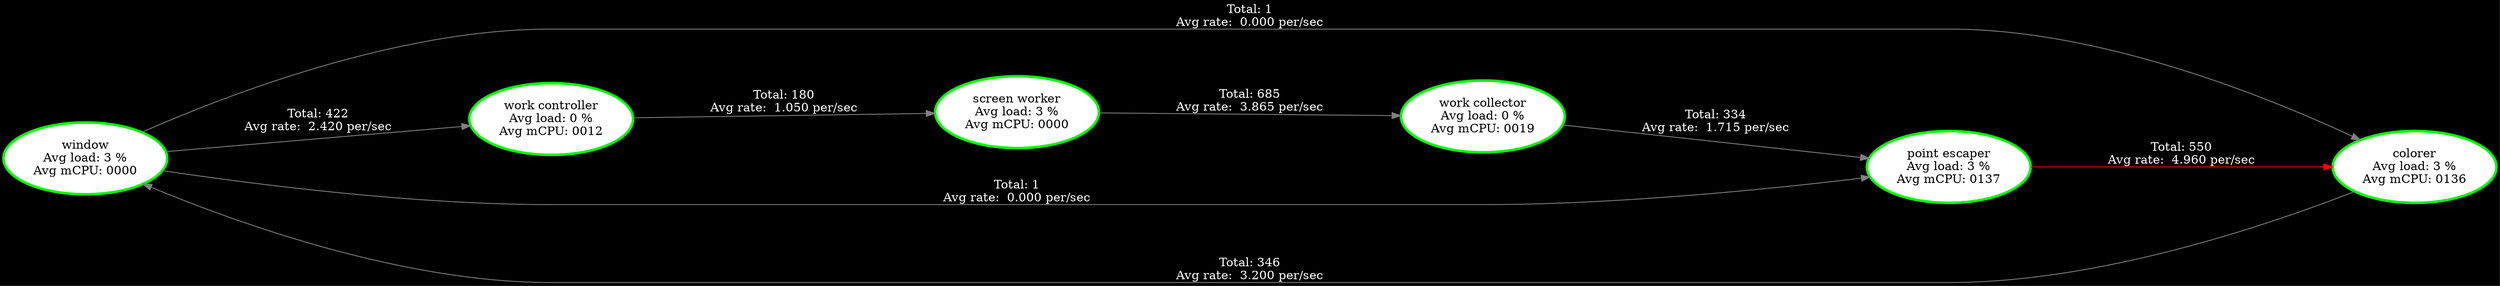
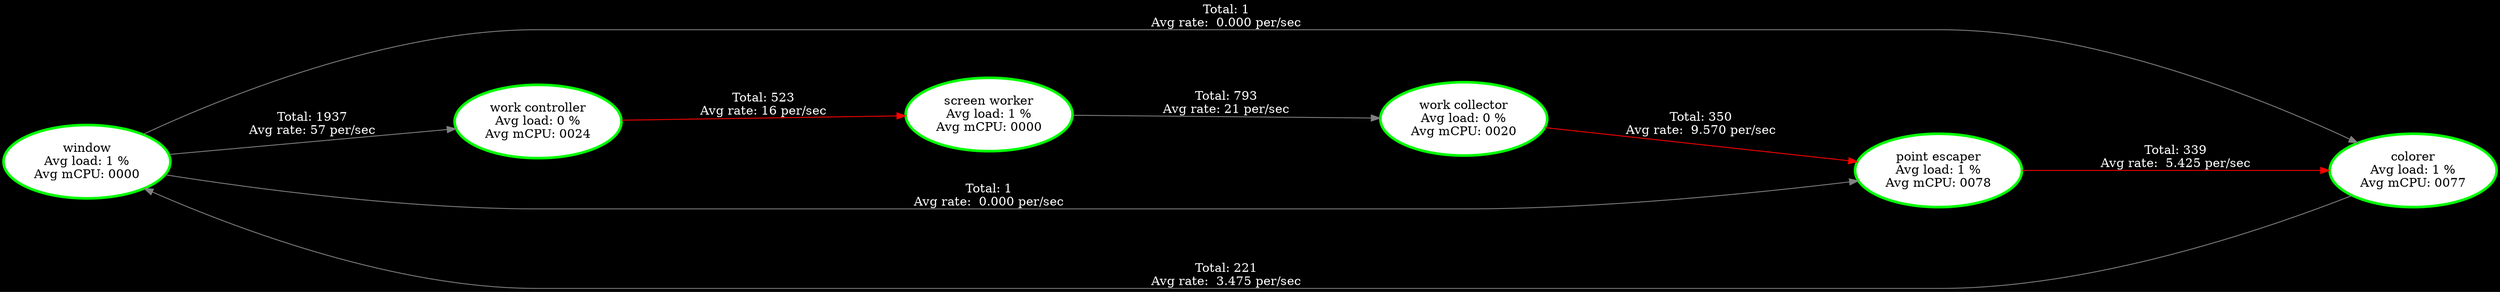
digraph G {
rankdir=LR;
graph [nodesep=.5, ranksep=2.5];
node [margin=0.1];
node [style=filled, fillcolor=white, fontcolor=black];
edge [color=white, fontcolor=white];
graph [bgcolor=black];
"window" [label="window
- Avg load: 3 %
+ Avg load: 1 %
Avg mCPU: 0000
- ", tooltip="window\n\nThreadId(14) Core:4\nWindow 12.8 secs\n--- Stats ---\nAvg load: 3 %\nAvg mCPU: 0000 \n", color="green", penwidth=3 ];
+ ", tooltip="window\n\nThreadId(14) Core:4\nWindow 12.8 secs\n--- Stats ---\nAvg load: 1 %\nAvg mCPU: 0000 \n", color="green", penwidth=3 ];
"colorer" [label="colorer
- Avg load: 3 %
- Avg mCPU: 0136
- ", tooltip="colorer\n\nThreadId(15) Core:5\nWindow 12.8 secs\n--- Stats ---\nAvg load: 3 %\nAvg mCPU: 0136 \n", color="green", penwidth=3 ];
+ Avg load: 1 %
+ Avg mCPU: 0077
+ ", tooltip="colorer\n\nThreadId(16) Core:5\nWindow 12.8 secs\n--- Stats ---\nAvg load: 1 %\nAvg mCPU: 0077 \n", color="green", penwidth=3 ];
"work controller" [label="work controller
Avg load: 0 %
- Avg mCPU: 0012
- ", tooltip="work controller\n\nThreadId(16) Core:6\nWindow 12.8 secs\n--- Stats ---\nAvg load: 0 %\nAvg mCPU: 0012 \n", color="green", penwidth=3 ];
+ Avg mCPU: 0024
+ ", tooltip="work controller\n\nThreadId(17) Core:6\nWindow 12.8 secs\n--- Stats ---\nAvg load: 0 %\nAvg mCPU: 0024 \n", color="green", penwidth=3 ];
"screen worker" [label="screen worker
- Avg load: 3 %
+ Avg load: 1 %
Avg mCPU: 0000
- ", tooltip="screen worker\n\nThreadId(17) Core:1\nWindow 12.8 secs\n--- Stats ---\nAvg load: 3 %\nAvg mCPU: 0000 \n", color="green", penwidth=3 ];
+ ", tooltip="screen worker\n\nThreadId(18) Core:1\nWindow 12.8 secs\n--- Stats ---\nAvg load: 1 %\nAvg mCPU: 0000 \n", color="green", penwidth=3 ];
"work collector" [label="work collector
Avg load: 0 %
- Avg mCPU: 0019
- ", tooltip="work collector\n\nThreadId(19) Core:2\nWindow 12.8 secs\n--- Stats ---\nAvg load: 0 %\nAvg mCPU: 0019 \n", color="green", penwidth=3 ];
+ Avg mCPU: 0020
+ ", tooltip="work collector\n\nThreadId(19) Core:2\nWindow 12.8 secs\n--- Stats ---\nAvg load: 0 %\nAvg mCPU: 0020 \n", color="green", penwidth=3 ];
"point escaper" [label="point escaper
- Avg load: 3 %
- Avg mCPU: 0137
- ", tooltip="point escaper\n\nThreadId(20) Core:3\nWindow 12.8 secs\n--- Stats ---\nAvg load: 3 %\nAvg mCPU: 0137 \n", color="green", penwidth=3 ];
- "colorer" -> "window" [label="Total: 346
- Avg rate:  3.200 per/sec
- ", tooltip="Window: 25.6 secs\nCH#3: Data\n Capacity: 2\n Volume: 1 (Total: 346)\n Saturation: 0%\n", color="#808080", penwidth=1];
- "point escaper" -> "colorer" [label="Total: 550
- Avg rate:  4.960 per/sec
- ", tooltip="Window: 25.6 secs\nCH#9: Data\n Capacity: 2\n Volume: 3 (Total: 550)\n Saturation: 0%\n", color="#FF0000", penwidth=1];
- "screen worker" -> "work collector" [label="Total: 685
- Avg rate:  3.865 per/sec
- ", tooltip="Window: 25.6 secs\nCH#17: Data\n Capacity: 50\n Volume: 0 (Total: 685)\n Saturation: 0%\n", color="#808080", penwidth=1];
+ Avg load: 1 %
+ Avg mCPU: 0078
+ ", tooltip="point escaper\n\nThreadId(20) Core:3\nWindow 12.8 secs\n--- Stats ---\nAvg load: 1 %\nAvg mCPU: 0078 \n", color="green", penwidth=3 ];
+ "colorer" -> "window" [label="Total: 221
+ Avg rate:  3.475 per/sec
+ ", tooltip="Window: 25.6 secs\nCH#6: Data\n Capacity: 2\n Volume: 2 (Total: 221)\n Saturation: 0%\n", color="#808080", penwidth=1];
+ "point escaper" -> "colorer" [label="Total: 339
+ Avg rate:  5.425 per/sec
+ ", tooltip="Window: 25.6 secs\nCH#5: Data\n Capacity: 2\n Volume: 2 (Total: 339)\n Saturation: 100%\n", color="#FF0000", penwidth=1];
+ "screen worker" -> "work collector" [label="Total: 793
+ Avg rate: 21 per/sec
+ ", tooltip="Window: 25.6 secs\nCH#8: Data\n Capacity: 50\n Volume: 0 (Total: 793)\n Saturation: 0%\n", color="#808080", penwidth=1];
"window" -> "colorer" [label="Total: 1
Avg rate:  0.000 per/sec
", tooltip="Window: 25.6 secs\nCH#1: Data\n Capacity: 50\n Volume: 0 (Total: 1)\n Saturation: 0%\n", color="#808080", penwidth=1];
"window" -> "point escaper" [label="Total: 1
Avg rate:  0.000 per/sec
", tooltip="Window: 25.6 secs\nCH#2: Data\n Capacity: 50\n Volume: 0 (Total: 1)\n Saturation: 0%\n", color="#808080", penwidth=1];
- "window" -> "work controller" [label="Total: 422
- Avg rate:  2.420 per/sec
- ", tooltip="Window: 25.6 secs\nCH#4: Data\n Capacity: 50\n Volume: 0 (Total: 422)\n Saturation: 0%\n", color="#808080", penwidth=1];
- "work collector" -> "point escaper" [label="Total: 334
- Avg rate:  1.715 per/sec
- ", tooltip="Window: 25.6 secs\nCH#21: Data\n Capacity: 2\n Volume: 0 (Total: 334)\n Saturation: 0%\n", color="#808080", penwidth=1];
- "work controller" -> "screen worker" [label="Total: 180
- Avg rate:  1.050 per/sec
- ", tooltip="Window: 25.6 secs\nCH#11: Data\n Capacity: 2\n Volume: 0 (Total: 180)\n Saturation: 0%\n", color="#808080", penwidth=1];
+ "window" -> "work controller" [label="Total: 1937
+ Avg rate: 57 per/sec
+ ", tooltip="Window: 25.6 secs\nCH#3: Data\n Capacity: 50\n Volume: 0 (Total: 1937)\n Saturation: 0%\n", color="#808080", penwidth=1];
+ "work collector" -> "point escaper" [label="Total: 350
+ Avg rate:  9.570 per/sec
+ ", tooltip="Window: 25.6 secs\nCH#21: Data\n Capacity: 2\n Volume: 0 (Total: 350)\n Saturation: 50%\n", color="#FF0000", penwidth=1];
+ "work controller" -> "screen worker" [label="Total: 523
+ Avg rate: 16 per/sec
+ ", tooltip="Window: 25.6 secs\nCH#4: Data\n Capacity: 2\n Volume: 0 (Total: 523)\n Saturation: 0%\n", color="#FF0000", penwidth=1];
}
